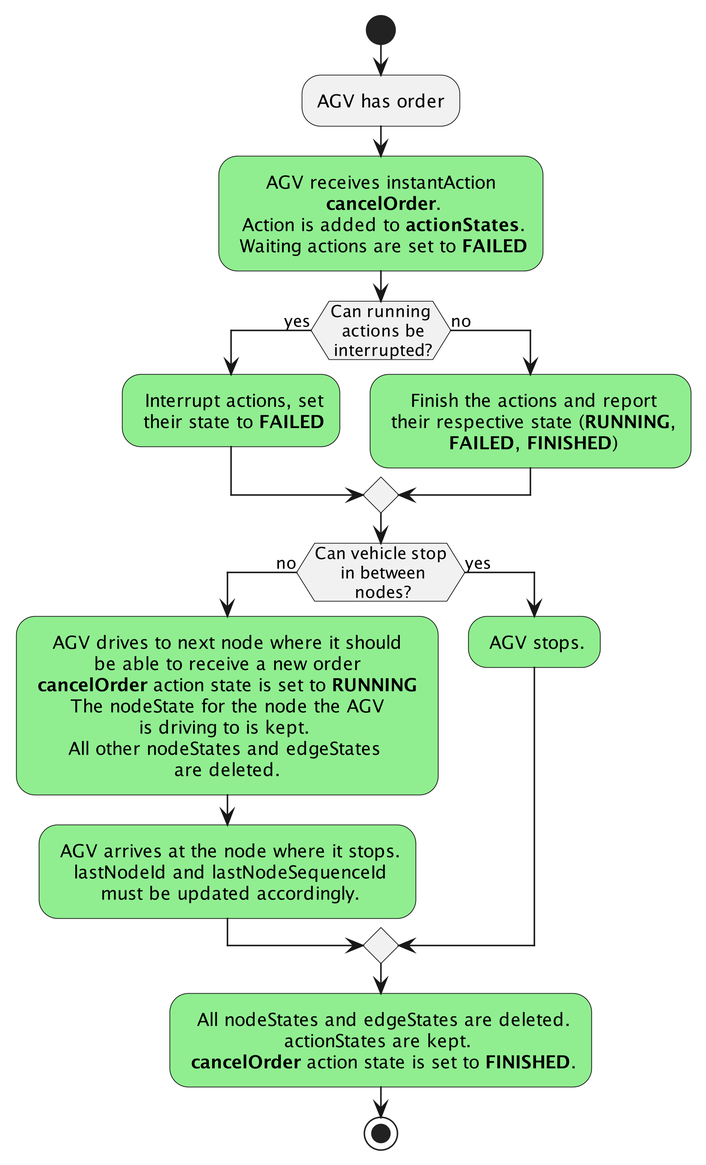
The PlantUML diagram assets/process_cancel_order.png in VDA5050/VDA5050, before a commit.
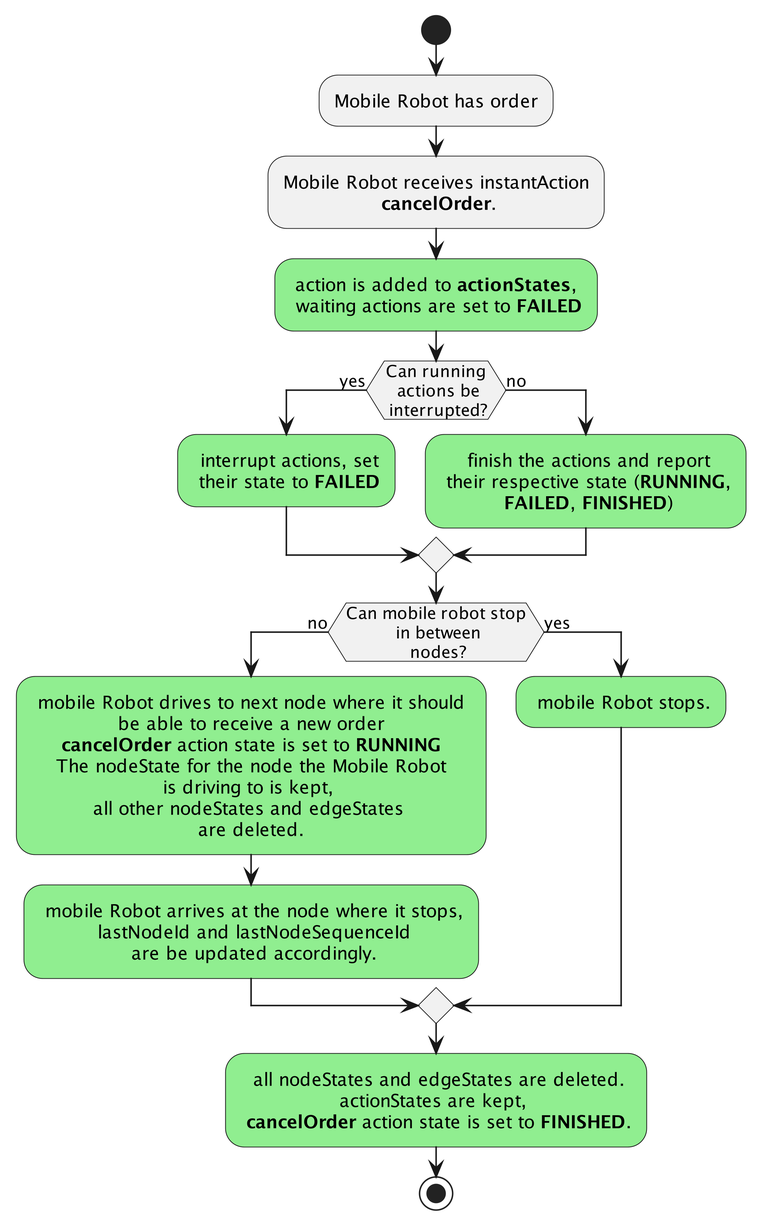
Later version of the same file.

Change to the diagram source:
```diff
@@ -2,20 +2,21 @@
 skinparam dpi 400
 skinparam defaultTextAlignment center
 start
-:AGV has order;
-#lightgreen:AGV receives instantAction\n <B>cancelOrder</B>.\n Action is added to <B>actionStates</B>.\n Waiting actions are set to <B>FAILED</B>;
+:Mobile Robot has order;
+:Mobile Robot receives instantAction\n <B>cancelOrder</B>.;
+#lightgreen:action is added to <B>actionStates</B>,\n waiting actions are set to <B>FAILED</B>;
 if (Can running\n actions be\n interrupted?) then (yes)
-    #lightgreen: Interrupt actions, set\n their state to <B>FAILED</B>;
+    #lightgreen: interrupt actions, set\n their state to <B>FAILED</B>;
 else (no)
-    #lightgreen: Finish the actions and report\n their respective state (<B>RUNNING</B>,\n <B>FAILED</B>, <B>FINISHED</B>);
+    #lightgreen: finish the actions and report\n their respective state (<B>RUNNING</B>,\n <B>FAILED</B>, <B>FINISHED</B>);
 endif
 
-if (Can vehicle stop\n in between\n nodes?) then (no)
-    #lightgreen: AGV drives to next node where it should \n be able to receive a new order \n <B>cancelOrder</B> action state is set to <B>RUNNING</B> \n The nodeState for the node the AGV \nis driving to is kept. \nAll other nodeStates and edgeStates \nare deleted.;
-    #lightgreen: AGV arrives at the node where it stops.\n lastNodeId and lastNodeSequenceId\n must be updated accordingly.;
+if (Can mobile robot stop\n in between\n nodes?) then (no)
+    #lightgreen: mobile Robot drives to next node where it should \n be able to receive a new order \n <B>cancelOrder</B> action state is set to <B>RUNNING</B> \n The nodeState for the node the Mobile Robot \nis driving to is kept, \nall other nodeStates and edgeStates \nare deleted.;
+    #lightgreen: mobile Robot arrives at the node where it stops,\n lastNodeId and lastNodeSequenceId\n are be updated accordingly.;
 else (yes)
-    #lightgreen: AGV stops.;
+    #lightgreen: mobile Robot stops.;
 endif
-#lightgreen: All nodeStates and edgeStates are deleted.\nactionStates are kept. \n <B>cancelOrder</B> action state is set to <B>FINISHED</B>.;
+#lightgreen: all nodeStates and edgeStates are deleted.\nactionStates are kept, \n <B>cancelOrder</B> action state is set to <B>FINISHED</B>.;
 stop
 @enduml
```
